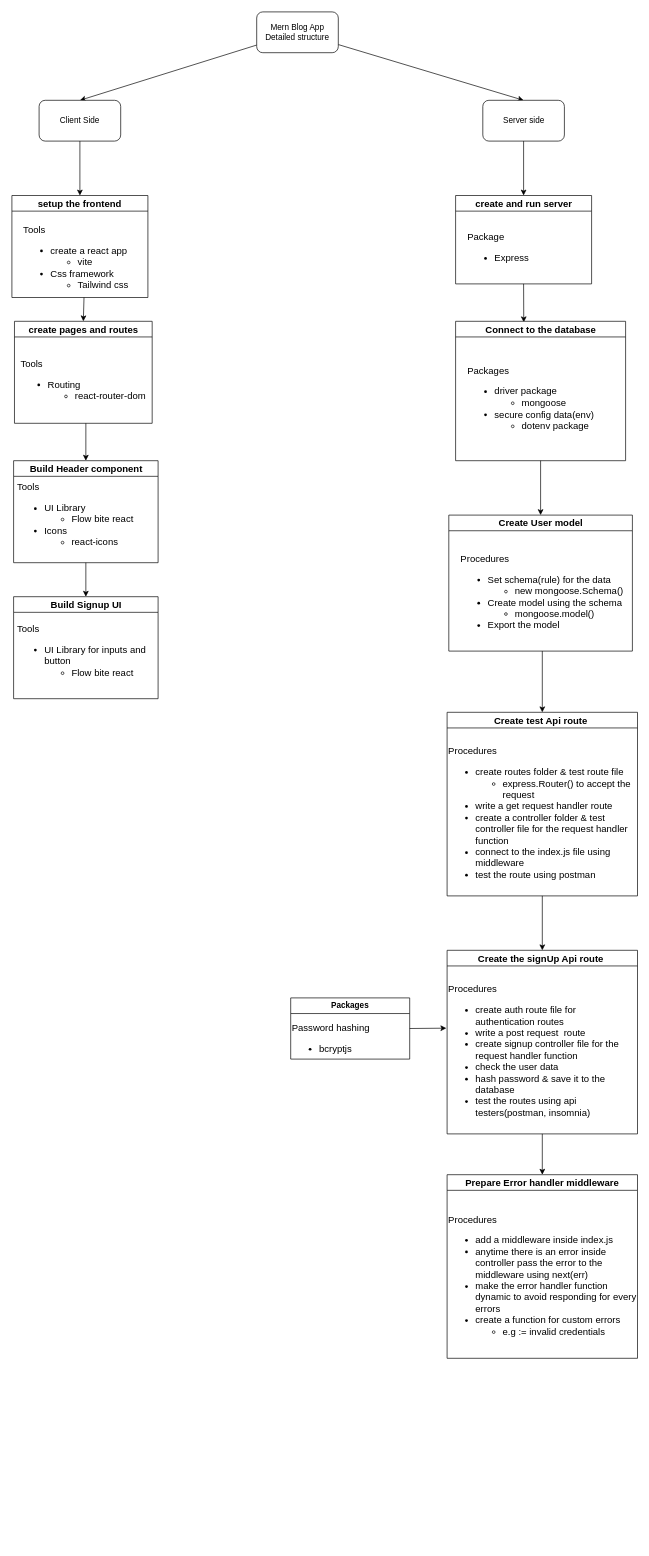
Earlier version of the draw.io diagram structure.drawio (Tsegazeab-dev/Habesha-Blog). Source tidied: cells renumbered, new cells numbered last; positions are measured from the earlier drawing's top-left corner, leaving out a move shared by most shapes. Both pictures are drawn from the tidied source at 68%, with x=0, y=0 at pixel (12, 12).
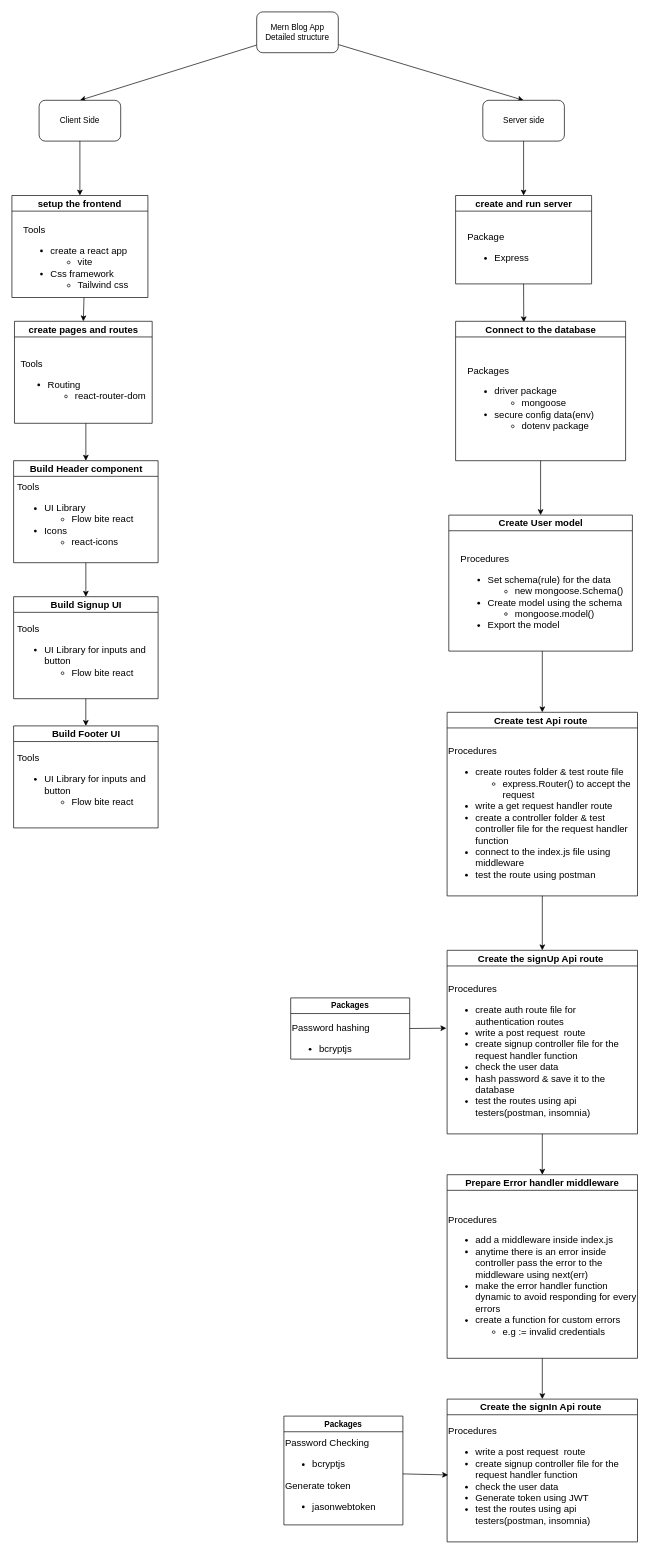
The same diagram, later.

Commit message (it also covers changes not shown here):
signin api route and ui

Unchanged cells that the change refers to:
```xml
<mxCell id="33" value="&lt;div style=&quot;&quot;&gt;Procedures&lt;/div&gt;&lt;div style=&quot;&quot;&gt;&lt;ul&gt;&lt;li&gt;add a middleware inside index.js&amp;nbsp;&lt;/li&gt;&lt;li&gt;anytime there is an error inside controller pass the error to the middleware using next(err)&lt;/li&gt;&lt;li&gt;make the error handler function dynamic to avoid responding for every errors&lt;/li&gt;&lt;li&gt;create a function for custom errors&lt;/li&gt;&lt;ul&gt;&lt;li&gt;&lt;span style=&quot;background-color: initial;&quot;&gt;e.g := invalid credentials&amp;nbsp;&lt;/span&gt;&lt;/li&gt;&lt;/ul&gt;&lt;/ul&gt;&lt;/div&gt;" style="text;html=1;strokeColor=none;fillColor=none;align=left;verticalAlign=middle;whiteSpace=wrap;rounded=0;fontSize=14;" parent="32" vertex="1">
  <mxGeometry y="40" width="280" height="230" as="geometry" />
</mxCell>
<mxCell id="39" value="&lt;div style=&quot;&quot;&gt;&lt;span style=&quot;background-color: initial;&quot;&gt;Tools&lt;/span&gt;&lt;/div&gt;&lt;div style=&quot;&quot;&gt;&lt;ul&gt;&lt;li&gt;UI Library for inputs and button&lt;/li&gt;&lt;ul&gt;&lt;li&gt;Flow bite react&lt;/li&gt;&lt;/ul&gt;&lt;/ul&gt;&lt;br&gt;&lt;/div&gt;&lt;div style=&quot;&quot;&gt;&lt;br&gt;&lt;/div&gt;" style="text;html=1;strokeColor=none;fillColor=none;align=left;verticalAlign=middle;whiteSpace=wrap;rounded=0;fontSize=14;" parent="38" vertex="1">
  <mxGeometry x="3.1" y="55" width="206.2" height="95" as="geometry" />
</mxCell>
```

Diff of the diagram source:
```diff
@@
+    <mxCell id="40" value="Create the signIn Api route&amp;nbsp;" style="swimlane;whiteSpace=wrap;html=1;fontSize=14;" parent="1" vertex="1">
+      <mxGeometry x="640" y="2040" width="280" height="210" as="geometry" />
+    </mxCell>
+    <mxCell id="41" value="&lt;div style=&quot;&quot;&gt;Procedures&lt;/div&gt;&lt;div style=&quot;&quot;&gt;&lt;ul&gt;&lt;li&gt;write a post request&amp;nbsp; route&lt;/li&gt;&lt;li&gt;create signup controller file for the request handler function&lt;/li&gt;&lt;li&gt;check the user data&amp;nbsp;&lt;/li&gt;&lt;li&gt;Generate token using JWT&lt;/li&gt;&lt;li&gt;test the routes using api testers(postman, insomnia)&lt;/li&gt;&lt;/ul&gt;&lt;/div&gt;" style="text;html=1;strokeColor=none;fillColor=none;align=left;verticalAlign=middle;whiteSpace=wrap;rounded=0;fontSize=14;" parent="40" vertex="1">
+      <mxGeometry y="30" width="280" height="180" as="geometry" />
+    </mxCell>
+    <mxCell id="42" style="edgeStyle=none;html=1;exitX=0.5;exitY=1;exitDx=0;exitDy=0;entryX=0.5;entryY=0;entryDx=0;entryDy=0;" parent="1" edge="1" source="33" target="40">
+      <mxGeometry relative="1" as="geometry" />
+    </mxCell>
+    <mxCell id="43" value="Packages" style="swimlane;whiteSpace=wrap;html=1;" parent="1" vertex="1">
+      <mxGeometry x="400" y="2065" width="175" height="160" as="geometry" />
+    </mxCell>
+    <mxCell id="44" style="edgeStyle=none;html=1;" parent="43" edge="1" source="45" target="43">
+      <mxGeometry relative="1" as="geometry" />
+    </mxCell>
+    <mxCell id="45" value="&lt;div style=&quot;&quot;&gt;Password Checking&lt;/div&gt;&lt;div style=&quot;&quot;&gt;&lt;ul&gt;&lt;li&gt;bcryptjs&lt;/li&gt;&lt;/ul&gt;Generate token&lt;/div&gt;&lt;div style=&quot;&quot;&gt;&lt;ul&gt;&lt;li&gt;jasonwebtoken&lt;/li&gt;&lt;/ul&gt;&lt;br&gt;&lt;br&gt;&lt;/div&gt;" style="text;html=1;strokeColor=none;fillColor=none;align=left;verticalAlign=middle;whiteSpace=wrap;rounded=0;fontSize=14;" parent="43" vertex="1">
+      <mxGeometry y="60" width="175" height="100" as="geometry" />
+    </mxCell>
+    <mxCell id="46" style="edgeStyle=none;html=1;exitX=1;exitY=0.25;exitDx=0;exitDy=0;entryX=0.005;entryY=0.453;entryDx=0;entryDy=0;entryPerimeter=0;" parent="1" edge="1" source="45" target="41">
+      <mxGeometry relative="1" as="geometry" />
+    </mxCell>
+    <mxCell id="47" value="Build Footer UI" style="swimlane;whiteSpace=wrap;html=1;fontSize=14;" parent="1" vertex="1">
+      <mxGeometry x="2.5" y="1050" width="212.5" height="150" as="geometry" />
+    </mxCell>
+    <mxCell id="48" value="&lt;div style=&quot;&quot;&gt;&lt;span style=&quot;background-color: initial;&quot;&gt;Tools&lt;/span&gt;&lt;/div&gt;&lt;div style=&quot;&quot;&gt;&lt;ul&gt;&lt;li&gt;UI Library for inputs and button&lt;/li&gt;&lt;ul&gt;&lt;li&gt;Flow bite react&lt;/li&gt;&lt;/ul&gt;&lt;/ul&gt;&lt;br&gt;&lt;/div&gt;&lt;div style=&quot;&quot;&gt;&lt;br&gt;&lt;/div&gt;" style="text;html=1;strokeColor=none;fillColor=none;align=left;verticalAlign=middle;whiteSpace=wrap;rounded=0;fontSize=14;" parent="47" vertex="1">
+      <mxGeometry x="3.1" y="55" width="206.2" height="95" as="geometry" />
+    </mxCell>
+    <mxCell id="49" style="edgeStyle=none;html=1;exitX=0.5;exitY=1;exitDx=0;exitDy=0;entryX=0.5;entryY=0;entryDx=0;entryDy=0;" parent="1" edge="1" source="39" target="47">
+      <mxGeometry relative="1" as="geometry" />
+    </mxCell>
```
